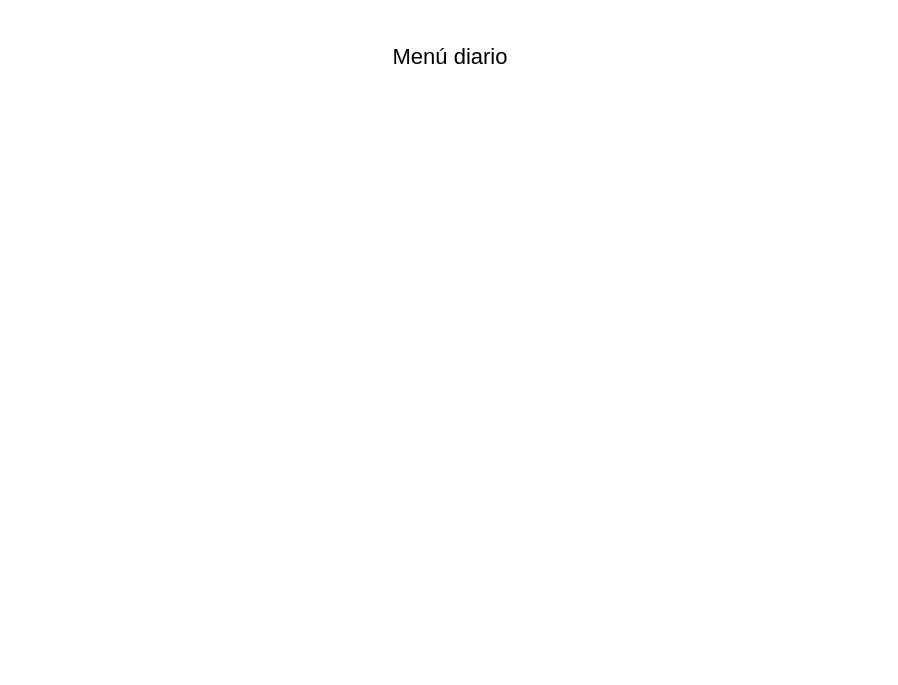
Above: page "Menú diario" (14 of 18) of Ejercicio3.drawio.xml in IzanDuesoLopez/TA12-Diagramas-ER (draw.io), before the change. Source tidied: cells renumbered, new cells numbered last; positions are measured from the earlier drawing's top-left corner, leaving out a move shared by most shapes. Both pictures are drawn from the tidied source at 100%, with x=0, y=0 at pixel (370, 17).
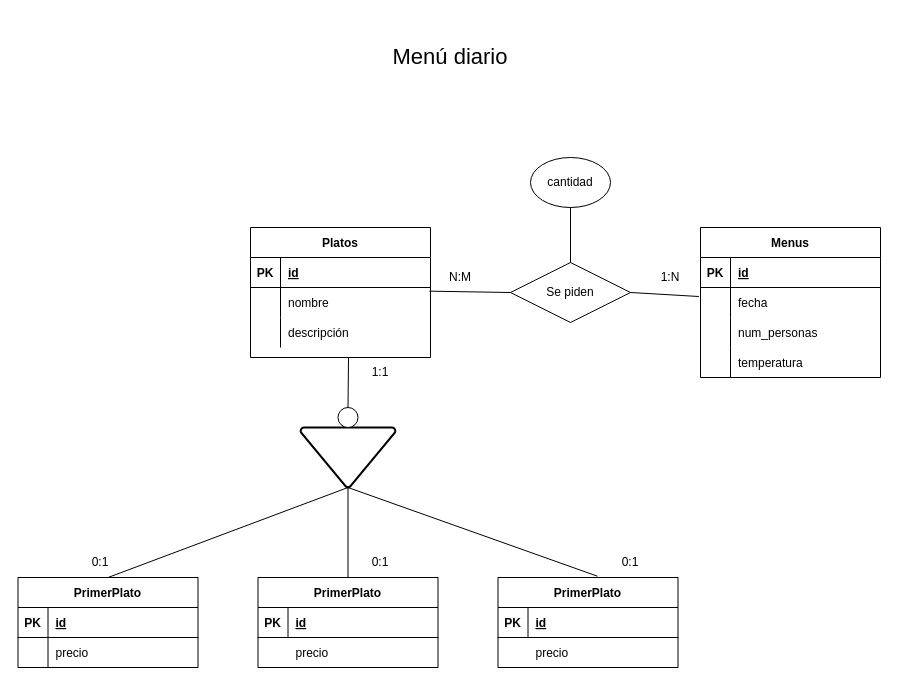
The same diagram, later.

What changed in the source:
```diff
@@
+    <mxCell id="3" value="Platos" style="shape=table;startSize=30;childLayout=tableLayout;rowLines=0;fontStyle=1;align=center;" parent="1" vertex="1">
+      <mxGeometry x="-120" y="210" width="180" height="130" as="geometry" />
+    </mxCell>
+    <mxCell id="4" style="shape=tableRow;horizontal=0;startSize=0;swimlaneHead=0;swimlaneBody=0;fillColor=none;top=0;left=0;right=0;bottom=1;" parent="3" vertex="1">
+      <mxGeometry y="30" width="180" height="30" as="geometry" />
+    </mxCell>
+    <mxCell id="5" value="PK" style="shape=partialRectangle;fillColor=none;top=0;left=0;bottom=0;right=0;fontStyle=1;overflow=hidden;" parent="4" vertex="1">
+      <mxGeometry width="30" height="30" as="geometry" />
+    </mxCell>
+    <mxCell id="6" value="id" style="shape=partialRectangle;fillColor=none;top=0;left=0;bottom=0;right=0;align=left;spacingLeft=6;fontStyle=5;overflow=hidden;" parent="4" vertex="1">
+      <mxGeometry x="30" width="150" height="30" as="geometry" />
+    </mxCell>
+    <mxCell id="7" style="shape=tableRow;horizontal=0;startSize=0;swimlaneHead=0;swimlaneBody=0;fillColor=none;points=[[0,0.5],[1,0.5]];portConstraint=eastwest;top=0;left=0;right=0;bottom=0;" parent="3" vertex="1">
+      <mxGeometry y="60" width="180" height="30" as="geometry" />
+    </mxCell>
+    <mxCell id="8" style="shape=partialRectangle;fillColor=none;top=0;left=0;bottom=0;right=0;overflow=hidden;" parent="7" vertex="1">
+      <mxGeometry width="30" height="30" as="geometry" />
+    </mxCell>
+    <mxCell id="9" value="nombre" style="shape=partialRectangle;fillColor=none;top=0;left=0;bottom=0;right=0;align=left;spacingLeft=6;overflow=hidden;" parent="7" vertex="1">
+      <mxGeometry x="30" width="150" height="30" as="geometry" />
+    </mxCell>
+    <mxCell id="10" style="shape=tableRow;horizontal=0;startSize=0;swimlaneHead=0;swimlaneBody=0;fillColor=none;top=0;left=0;right=0;bottom=0;" parent="3" vertex="1">
+      <mxGeometry y="90" width="180" height="30" as="geometry" />
+    </mxCell>
+    <mxCell id="11" style="shape=partialRectangle;fillColor=none;top=0;left=0;bottom=0;right=0;overflow=hidden;" parent="10" vertex="1">
+      <mxGeometry width="30" height="30" as="geometry" />
+    </mxCell>
+    <mxCell id="12" value="descripción" style="shape=partialRectangle;fillColor=none;top=0;left=0;bottom=0;right=0;align=left;spacingLeft=6;overflow=hidden;" parent="10" vertex="1">
+      <mxGeometry x="30" width="150" height="30" as="geometry" />
+    </mxCell>
+    <mxCell id="13" style="strokeWidth=2;html=1;shape=mxgraph.flowchart.merge_or_storage;whiteSpace=wrap;" parent="1" vertex="1">
+      <mxGeometry x="-70" y="410" width="95" height="60" as="geometry" />
+    </mxCell>
+    <mxCell id="14" style="verticalLabelPosition=bottom;verticalAlign=top;html=1;shape=mxgraph.flowchart.on-page_reference;" parent="1" vertex="1">
+      <mxGeometry x="-32.5" y="390" width="20" height="20" as="geometry" />
+    </mxCell>
+    <mxCell id="15" style="endArrow=none;html=1;rounded=0;exitX=0.5;exitY=0;exitDx=0;exitDy=0;exitPerimeter=0;" parent="1" edge="1" source="14">
+      <mxGeometry relative="1" as="geometry">
+        <mxPoint x="-22" y="340" as="targetPoint" />
+      </mxGeometry>
+    </mxCell>
+    <mxCell id="16" value="PrimerPlato" style="shape=table;startSize=30;childLayout=tableLayout;rowLines=0;fontStyle=1;align=center;" parent="1" vertex="1">
+      <mxGeometry x="-352.5" y="560" width="180" height="90" as="geometry" />
+    </mxCell>
+    <mxCell id="17" style="shape=tableRow;horizontal=0;startSize=0;swimlaneHead=0;swimlaneBody=0;fillColor=none;top=0;left=0;right=0;bottom=1;" parent="16" vertex="1">
+      <mxGeometry y="30" width="180" height="30" as="geometry" />
+    </mxCell>
+    <mxCell id="18" value="PK" style="shape=partialRectangle;fillColor=none;top=0;left=0;bottom=0;right=0;fontStyle=1;overflow=hidden;" parent="17" vertex="1">
+      <mxGeometry width="30" height="30" as="geometry" />
+    </mxCell>
+    <mxCell id="19" value="id" style="shape=partialRectangle;fillColor=none;top=0;left=0;bottom=0;right=0;align=left;spacingLeft=6;fontStyle=5;overflow=hidden;" parent="17" vertex="1">
+      <mxGeometry x="30" width="150" height="30" as="geometry" />
+    </mxCell>
+    <mxCell id="20" style="shape=tableRow;horizontal=0;startSize=0;swimlaneHead=0;swimlaneBody=0;fillColor=none;top=0;left=0;right=0;bottom=0;" parent="16" vertex="1">
+      <mxGeometry y="60" width="180" height="30" as="geometry" />
+    </mxCell>
+    <mxCell id="21" style="shape=partialRectangle;fillColor=none;top=0;left=0;bottom=0;right=0;overflow=hidden;" parent="20" vertex="1">
+      <mxGeometry width="30" height="30" as="geometry" />
+    </mxCell>
+    <mxCell id="22" value="precio" style="shape=partialRectangle;fillColor=none;top=0;left=0;bottom=0;right=0;align=left;spacingLeft=6;overflow=hidden;" parent="20" vertex="1">
+      <mxGeometry x="30" width="150" height="30" as="geometry" />
+    </mxCell>
+    <mxCell id="23" value="PrimerPlato" style="shape=table;startSize=30;childLayout=tableLayout;rowLines=0;fontStyle=1;align=center;" parent="1" vertex="1">
+      <mxGeometry x="-112.5" y="560" width="180" height="90" as="geometry" />
+    </mxCell>
+    <mxCell id="24" style="shape=tableRow;horizontal=0;startSize=0;swimlaneHead=0;swimlaneBody=0;fillColor=none;top=0;left=0;right=0;bottom=1;" parent="23" vertex="1">
+      <mxGeometry y="30" width="180" height="30" as="geometry" />
+    </mxCell>
+    <mxCell id="25" value="PK" style="shape=partialRectangle;fillColor=none;top=0;left=0;bottom=0;right=0;fontStyle=1;overflow=hidden;" parent="24" vertex="1">
+      <mxGeometry width="30" height="30" as="geometry" />
+    </mxCell>
+    <mxCell id="26" value="id" style="shape=partialRectangle;fillColor=none;top=0;left=0;bottom=0;right=0;align=left;spacingLeft=6;fontStyle=5;overflow=hidden;" parent="24" vertex="1">
+      <mxGeometry x="30" width="150" height="30" as="geometry" />
+    </mxCell>
+    <mxCell id="27" value="PrimerPlato" style="shape=table;startSize=30;childLayout=tableLayout;rowLines=0;fontStyle=1;align=center;" parent="1" vertex="1">
+      <mxGeometry x="127.5" y="560" width="180" height="90" as="geometry" />
+    </mxCell>
+    <mxCell id="28" style="shape=tableRow;horizontal=0;startSize=0;swimlaneHead=0;swimlaneBody=0;fillColor=none;top=0;left=0;right=0;bottom=1;" parent="27" vertex="1">
+      <mxGeometry y="30" width="180" height="30" as="geometry" />
+    </mxCell>
+    <mxCell id="29" value="PK" style="shape=partialRectangle;fillColor=none;top=0;left=0;bottom=0;right=0;fontStyle=1;overflow=hidden;" parent="28" vertex="1">
+      <mxGeometry width="30" height="30" as="geometry" />
+    </mxCell>
+    <mxCell id="30" value="id" style="shape=partialRectangle;fillColor=none;top=0;left=0;bottom=0;right=0;align=left;spacingLeft=6;fontStyle=5;overflow=hidden;" parent="28" vertex="1">
+      <mxGeometry x="30" width="150" height="30" as="geometry" />
+    </mxCell>
+    <mxCell id="31" style="endArrow=none;html=1;rounded=0;exitX=0.5;exitY=1;exitDx=0;exitDy=0;exitPerimeter=0;entryX=0.5;entryY=0;entryDx=0;entryDy=0;" parent="1" edge="1" source="13" target="23">
+      <mxGeometry relative="1" as="geometry" />
+    </mxCell>
+    <mxCell id="32" style="endArrow=none;html=1;rounded=0;exitX=0.5;exitY=1;exitDx=0;exitDy=0;exitPerimeter=0;entryX=0.5;entryY=0;entryDx=0;entryDy=0;" parent="1" edge="1" source="13" target="16">
+      <mxGeometry relative="1" as="geometry" />
+    </mxCell>
+    <mxCell id="33" style="endArrow=none;html=1;rounded=0;exitX=0.5;exitY=1;exitDx=0;exitDy=0;exitPerimeter=0;entryX=0.553;entryY=-0.014;entryDx=0;entryDy=0;entryPerimeter=0;" parent="1" edge="1" source="13" target="27">
+      <mxGeometry relative="1" as="geometry" />
+    </mxCell>
+    <mxCell id="34" value="precio" style="shape=partialRectangle;fillColor=none;top=0;left=0;bottom=0;right=0;align=left;spacingLeft=6;overflow=hidden;" parent="1" vertex="1">
+      <mxGeometry x="-82.5" y="620" width="150" height="30" as="geometry" />
+    </mxCell>
+    <mxCell id="35" value="precio" style="shape=partialRectangle;fillColor=none;top=0;left=0;bottom=0;right=0;align=left;spacingLeft=6;overflow=hidden;" parent="1" vertex="1">
+      <mxGeometry x="157.5" y="620" width="150" height="30" as="geometry" />
+    </mxCell>
+    <mxCell id="36" value="1:1" style="text;html=1;strokeColor=none;fillColor=none;align=center;verticalAlign=middle;whiteSpace=wrap;rounded=0;" parent="1" vertex="1">
+      <mxGeometry x="-20" y="340" width="60" height="30" as="geometry" />
+    </mxCell>
+    <mxCell id="37" value="0:1" style="text;html=1;strokeColor=none;fillColor=none;align=center;verticalAlign=middle;whiteSpace=wrap;rounded=0;" parent="1" vertex="1">
+      <mxGeometry x="230" y="530" width="60" height="30" as="geometry" />
+    </mxCell>
+    <mxCell id="38" value="0:1" style="text;html=1;strokeColor=none;fillColor=none;align=center;verticalAlign=middle;whiteSpace=wrap;rounded=0;" parent="1" vertex="1">
+      <mxGeometry x="-300" y="530" width="60" height="30" as="geometry" />
+    </mxCell>
+    <mxCell id="39" value="0:1" style="text;html=1;strokeColor=none;fillColor=none;align=center;verticalAlign=middle;whiteSpace=wrap;rounded=0;" parent="1" vertex="1">
+      <mxGeometry x="-20" y="530" width="60" height="30" as="geometry" />
+    </mxCell>
+    <mxCell id="40" value="Menus" style="shape=table;startSize=30;childLayout=tableLayout;rowLines=0;fontStyle=1;align=center;" parent="1" vertex="1">
+      <mxGeometry x="330" y="210" width="180" height="150" as="geometry" />
+    </mxCell>
+    <mxCell id="41" style="shape=tableRow;horizontal=0;startSize=0;swimlaneHead=0;swimlaneBody=0;fillColor=none;top=0;left=0;right=0;bottom=1;" parent="40" vertex="1">
+      <mxGeometry y="30" width="180" height="30" as="geometry" />
+    </mxCell>
+    <mxCell id="42" value="PK" style="shape=partialRectangle;fillColor=none;top=0;left=0;bottom=0;right=0;fontStyle=1;overflow=hidden;" parent="41" vertex="1">
+      <mxGeometry width="30" height="30" as="geometry" />
+    </mxCell>
+    <mxCell id="43" value="id" style="shape=partialRectangle;fillColor=none;top=0;left=0;bottom=0;right=0;align=left;spacingLeft=6;fontStyle=5;overflow=hidden;" parent="41" vertex="1">
+      <mxGeometry x="30" width="150" height="30" as="geometry" />
+    </mxCell>
+    <mxCell id="44" style="shape=tableRow;horizontal=0;startSize=0;swimlaneHead=0;swimlaneBody=0;fillColor=none;points=[[0,0.5],[1,0.5]];portConstraint=eastwest;top=0;left=0;right=0;bottom=0;" parent="40" vertex="1">
+      <mxGeometry y="60" width="180" height="30" as="geometry" />
+    </mxCell>
+    <mxCell id="45" style="shape=partialRectangle;fillColor=none;top=0;left=0;bottom=0;right=0;overflow=hidden;" parent="44" vertex="1">
+      <mxGeometry width="30" height="30" as="geometry" />
+    </mxCell>
+    <mxCell id="46" value="fecha" style="shape=partialRectangle;fillColor=none;top=0;left=0;bottom=0;right=0;align=left;spacingLeft=6;overflow=hidden;" parent="44" vertex="1">
+      <mxGeometry x="30" width="150" height="30" as="geometry" />
+    </mxCell>
+    <mxCell id="47" style="shape=tableRow;horizontal=0;startSize=0;swimlaneHead=0;swimlaneBody=0;fillColor=none;top=0;left=0;right=0;bottom=0;" parent="40" vertex="1">
+      <mxGeometry y="90" width="180" height="30" as="geometry" />
+    </mxCell>
+    <mxCell id="48" style="shape=partialRectangle;fillColor=none;top=0;left=0;bottom=0;right=0;overflow=hidden;" parent="47" vertex="1">
+      <mxGeometry width="30" height="30" as="geometry" />
+    </mxCell>
+    <mxCell id="49" value="num_personas" style="shape=partialRectangle;fillColor=none;top=0;left=0;bottom=0;right=0;align=left;spacingLeft=6;overflow=hidden;" parent="47" vertex="1">
+      <mxGeometry x="30" width="150" height="30" as="geometry" />
+    </mxCell>
+    <mxCell id="50" style="shape=tableRow;horizontal=0;startSize=0;swimlaneHead=0;swimlaneBody=0;fillColor=none;top=0;left=0;right=0;bottom=0;" parent="40" vertex="1">
+      <mxGeometry y="120" width="180" height="30" as="geometry" />
+    </mxCell>
+    <mxCell id="51" style="shape=partialRectangle;fillColor=none;top=0;left=0;bottom=0;right=0;overflow=hidden;" parent="50" vertex="1">
+      <mxGeometry width="30" height="30" as="geometry" />
+    </mxCell>
+    <mxCell id="52" value="temperatura" style="shape=partialRectangle;fillColor=none;top=0;left=0;bottom=0;right=0;align=left;spacingLeft=6;overflow=hidden;" parent="50" vertex="1">
+      <mxGeometry x="30" width="150" height="30" as="geometry" />
+    </mxCell>
+    <mxCell id="53" value="Se piden" style="shape=rhombus;perimeter=rhombusPerimeter;whiteSpace=wrap;html=1;align=center;" parent="1" vertex="1">
+      <mxGeometry x="140" y="245" width="120" height="60" as="geometry" />
+    </mxCell>
+    <mxCell id="54" value="cantidad" style="ellipse;whiteSpace=wrap;html=1;" parent="1" vertex="1">
+      <mxGeometry x="160" y="140" width="80" height="50" as="geometry" />
+    </mxCell>
+    <mxCell id="55" style="endArrow=none;html=1;rounded=0;exitX=0.5;exitY=0;exitDx=0;exitDy=0;entryX=0.5;entryY=1;entryDx=0;entryDy=0;" parent="1" edge="1" source="53" target="54">
+      <mxGeometry relative="1" as="geometry" />
+    </mxCell>
+    <mxCell id="56" style="endArrow=none;html=1;rounded=0;exitX=0;exitY=0.5;exitDx=0;exitDy=0;entryX=0.994;entryY=0.122;entryDx=0;entryDy=0;entryPerimeter=0;" parent="1" edge="1" source="53" target="7">
+      <mxGeometry relative="1" as="geometry" />
+    </mxCell>
+    <mxCell id="57" style="endArrow=none;html=1;rounded=0;exitX=1;exitY=0.5;exitDx=0;exitDy=0;entryX=-0.009;entryY=0.3;entryDx=0;entryDy=0;entryPerimeter=0;" parent="1" edge="1" source="53" target="44">
+      <mxGeometry relative="1" as="geometry" />
+    </mxCell>
+    <mxCell id="58" value="1:N" style="text;html=1;strokeColor=none;fillColor=none;align=center;verticalAlign=middle;whiteSpace=wrap;rounded=0;" parent="1" vertex="1">
+      <mxGeometry x="270" y="245" width="60" height="30" as="geometry" />
+    </mxCell>
+    <mxCell id="59" value="N:M" style="text;html=1;strokeColor=none;fillColor=none;align=center;verticalAlign=middle;whiteSpace=wrap;rounded=0;" parent="1" vertex="1">
+      <mxGeometry x="60" y="245" width="60" height="30" as="geometry" />
+    </mxCell>
```
